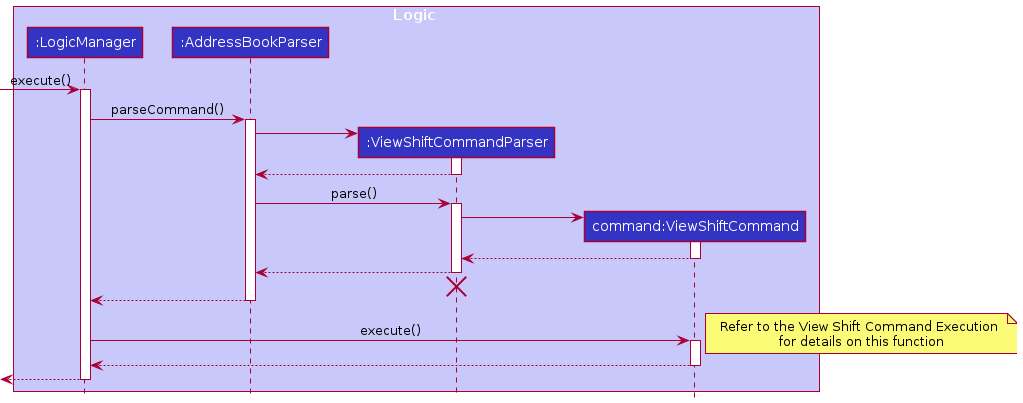
Above: docs/images/viewShiftCommand/ViewShiftSequenceDiagram.png in nus-cs2103-AY2122S1/tp (PlantUML), before the change.
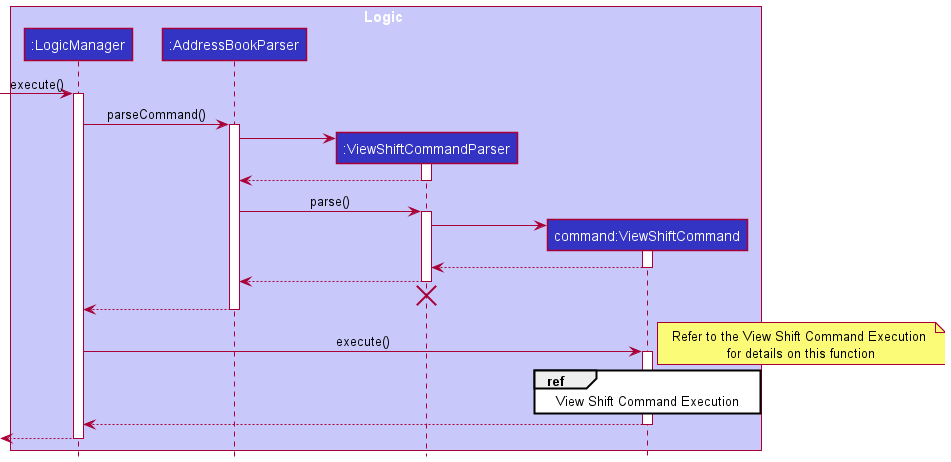
Above is the later version.

What changed in the source:
```diff
@@ -44,12 +44,14 @@
 
 LogicManager -> ViewShiftCommand : execute()
 
+activate ViewShiftCommand
+ref over ViewShiftCommand : View Shift Command Execution
 
-
-activate ViewShiftCommand
 note right  : Refer to the View Shift Command Execution \nfor details on this function
 
 ViewShiftCommand --> LogicManager
+
+
 deactivate ViewShiftCommand
 
 [<--LogicManager
```
